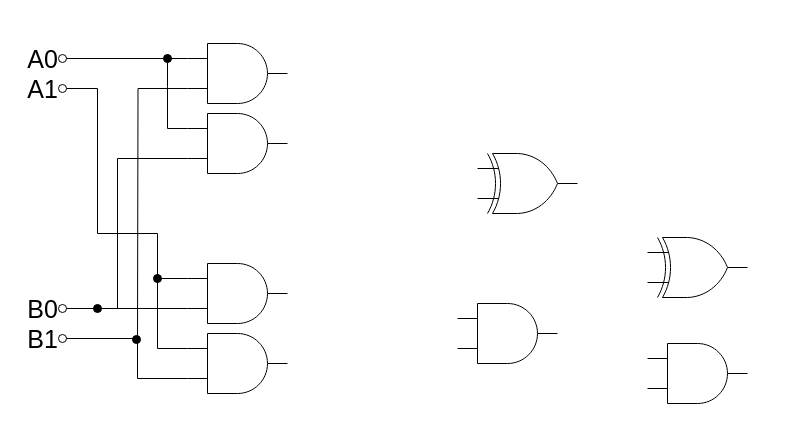
Larshalvorhansen/icProsjekt keeps this draw.io diagram as Multiplier.drawio. Above is the earlier version. Source tidied: cells renumbered, new cells numbered last; positions are measured from the earlier drawing's top-left corner, leaving out a move shared by most shapes. Both pictures are drawn from the tidied source at 100%, with x=0, y=0 at pixel (17, 38).
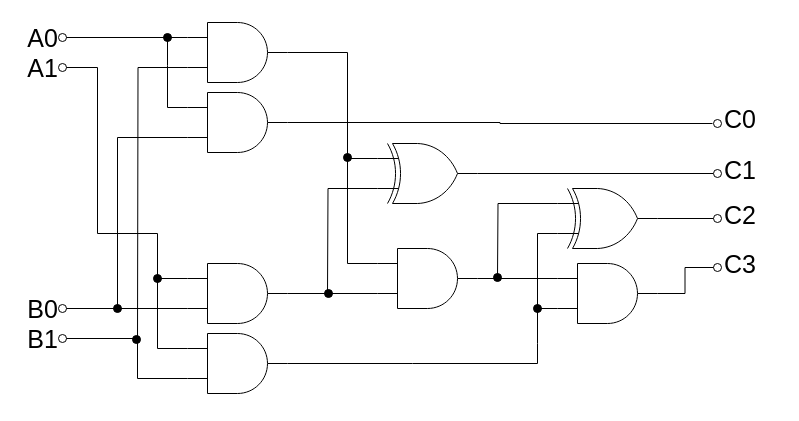
The same page after the edit.

Unchanged cells that the change refers to:
```xml
<mxCell id="8" style="verticalLabelPosition=bottom;shadow=0;dashed=0;align=center;html=1;verticalAlign=top;shape=mxgraph.electrical.logic_gates.logic_gate;operation=and;" parent="1" vertex="1">
  <mxGeometry x="170" y="225" width="100" height="60" as="geometry" />
</mxCell>
<mxCell id="9" style="verticalLabelPosition=bottom;shadow=0;dashed=0;align=center;html=1;verticalAlign=top;shape=mxgraph.electrical.logic_gates.logic_gate;operation=and;" parent="1" vertex="1">
  <mxGeometry x="170" y="295" width="100" height="60" as="geometry" />
</mxCell>
```

The edit, as a diff of the source:
```diff
@@
     <mxCell id="3" style="verticalLabelPosition=bottom;shadow=0;dashed=0;align=center;html=1;verticalAlign=top;shape=mxgraph.electrical.logic_gates.logic_gate;operation=and;" parent="1" vertex="1">
-      <mxGeometry x="170" y="5" width="100" height="60" as="geometry" />
+      <mxGeometry x="170" y="-16" width="100" height="60" as="geometry" />
     </mxCell>
     <mxCell id="4" style="edgeStyle=orthogonalEdgeStyle;shape=connector;rounded=0;jettySize=auto;html=1;exitX=0;exitY=0.25;exitDx=0;exitDy=0;exitPerimeter=0;labelBackgroundColor=default;strokeColor=default;align=center;verticalAlign=middle;fontFamily=Helvetica;fontSize=11;fontColor=default;endArrow=none;endFill=0;" parent="1" edge="1" source="6">
       <mxGeometry relative="1" as="geometry">
-        <mxPoint x="150" y="20" as="targetPoint" />
+        <mxPoint x="150" y="-1" as="targetPoint" />
       </mxGeometry>
     </mxCell>
     <mxCell id="5" style="edgeStyle=orthogonalEdgeStyle;shape=connector;rounded=0;jettySize=auto;html=1;exitX=0;exitY=0.75;exitDx=0;exitDy=0;exitPerimeter=0;labelBackgroundColor=default;strokeColor=default;align=center;verticalAlign=middle;fontFamily=Helvetica;fontSize=11;fontColor=default;endArrow=none;endFill=0;" parent="1" edge="1" source="6">
       <mxGeometry relative="1" as="geometry">
         <mxPoint x="130" y="270" as="targetPoint" />
         <Array as="points">
-          <mxPoint x="100" y="120" />
+          <mxPoint x="100" y="99" />
           <mxPoint x="100" y="270" />
         </Array>
       </mxGeometry>
     </mxCell>
+    <mxCell id="30" style="edgeStyle=orthogonalEdgeStyle;shape=connector;rounded=0;jettySize=auto;html=1;exitX=1;exitY=0.5;exitDx=0;exitDy=0;exitPerimeter=0;labelBackgroundColor=default;strokeColor=default;align=center;verticalAlign=middle;fontFamily=Helvetica;fontSize=11;fontColor=default;endArrow=none;endFill=0;" parent="1" edge="1" source="6" target="47">
+      <mxGeometry relative="1" as="geometry" />
+    </mxCell>
     <mxCell id="6" style="verticalLabelPosition=bottom;shadow=0;dashed=0;align=center;html=1;verticalAlign=top;shape=mxgraph.electrical.logic_gates.logic_gate;operation=and;" parent="1" vertex="1">
-      <mxGeometry x="170" y="75" width="100" height="60" as="geometry" />
+      <mxGeometry x="170" y="54" width="100" height="60" as="geometry" />
     </mxCell>
@@
+    <mxCell id="31" style="edgeStyle=orthogonalEdgeStyle;shape=connector;rounded=0;jettySize=auto;html=1;exitX=1;exitY=0.5;exitDx=0;exitDy=0;exitPerimeter=0;labelBackgroundColor=default;strokeColor=default;align=center;verticalAlign=middle;fontFamily=Helvetica;fontSize=11;fontColor=default;endArrow=none;endFill=0;" parent="1" edge="1" source="9">
+      <mxGeometry relative="1" as="geometry">
+        <mxPoint x="520" y="325" as="targetPoint" />
+      </mxGeometry>
+    </mxCell>
@@
+    <mxCell id="32" style="edgeStyle=orthogonalEdgeStyle;shape=connector;rounded=0;jettySize=auto;html=1;exitX=0;exitY=0.25;exitDx=0;exitDy=0;exitPerimeter=0;labelBackgroundColor=default;strokeColor=default;align=center;verticalAlign=middle;fontFamily=Helvetica;fontSize=11;fontColor=default;endArrow=none;endFill=0;" parent="1" edge="1" source="10">
+      <mxGeometry relative="1" as="geometry">
+        <mxPoint x="330" y="115" as="targetPoint" />
+        <Array as="points">
+          <mxPoint x="330" y="225" />
+          <mxPoint x="330" y="115" />
+        </Array>
+      </mxGeometry>
+    </mxCell>
     <mxCell id="10" style="verticalLabelPosition=bottom;shadow=0;dashed=0;align=center;html=1;verticalAlign=top;shape=mxgraph.electrical.logic_gates.logic_gate;operation=and;" parent="1" vertex="1">
-      <mxGeometry x="440" y="265" width="100" height="60" as="geometry" />
+      <mxGeometry x="360" y="210" width="100" height="60" as="geometry" />
     </mxCell>
+    <mxCell id="33" style="edgeStyle=orthogonalEdgeStyle;shape=connector;rounded=0;jettySize=auto;html=1;exitX=0;exitY=0.75;exitDx=0;exitDy=0;exitPerimeter=0;labelBackgroundColor=default;strokeColor=default;align=center;verticalAlign=middle;fontFamily=Helvetica;fontSize=11;fontColor=default;endArrow=none;endFill=0;" parent="1" edge="1" source="11">
+      <mxGeometry relative="1" as="geometry">
+        <mxPoint x="310" y="255" as="targetPoint" />
+      </mxGeometry>
+    </mxCell>
+    <mxCell id="34" style="edgeStyle=orthogonalEdgeStyle;shape=connector;rounded=0;jettySize=auto;html=1;exitX=1;exitY=0.5;exitDx=0;exitDy=0;exitPerimeter=0;labelBackgroundColor=default;strokeColor=default;align=center;verticalAlign=middle;fontFamily=Helvetica;fontSize=11;fontColor=default;endArrow=none;endFill=0;entryX=0.1;entryY=0.5;entryDx=0;entryDy=0;entryPerimeter=0;" parent="1" edge="1" source="11" target="48">
+      <mxGeometry relative="1" as="geometry" />
+    </mxCell>
     <mxCell id="11" style="verticalLabelPosition=bottom;shadow=0;dashed=0;align=center;html=1;verticalAlign=top;shape=mxgraph.electrical.logic_gates.logic_gate;operation=xor;" parent="1" vertex="1">
-      <mxGeometry x="460" y="115" width="100" height="60" as="geometry" />
+      <mxGeometry x="360" y="105" width="100" height="60" as="geometry" />
     </mxCell>
+    <mxCell id="35" style="edgeStyle=orthogonalEdgeStyle;shape=connector;rounded=0;jettySize=auto;html=1;exitX=0;exitY=0.25;exitDx=0;exitDy=0;exitPerimeter=0;labelBackgroundColor=default;strokeColor=default;align=center;verticalAlign=middle;fontFamily=Helvetica;fontSize=11;fontColor=default;endArrow=none;endFill=0;" parent="1" edge="1" source="12">
+      <mxGeometry relative="1" as="geometry">
+        <mxPoint x="480" y="240" as="targetPoint" />
+      </mxGeometry>
+    </mxCell>
+    <mxCell id="36" style="edgeStyle=orthogonalEdgeStyle;shape=connector;rounded=0;jettySize=auto;html=1;exitX=0;exitY=0.75;exitDx=0;exitDy=0;exitPerimeter=0;labelBackgroundColor=default;strokeColor=default;align=center;verticalAlign=middle;fontFamily=Helvetica;fontSize=11;fontColor=default;endArrow=none;endFill=0;" parent="1" edge="1" source="12">
+      <mxGeometry relative="1" as="geometry">
+        <mxPoint x="520" y="275" as="targetPoint" />
+      </mxGeometry>
+    </mxCell>
     <mxCell id="12" style="verticalLabelPosition=bottom;shadow=0;dashed=0;align=center;html=1;verticalAlign=top;shape=mxgraph.electrical.logic_gates.logic_gate;operation=xor;" parent="1" vertex="1">
-      <mxGeometry x="630" y="199" width="100" height="60" as="geometry" />
+      <mxGeometry x="540" y="150" width="100" height="60" as="geometry" />
     </mxCell>
+    <mxCell id="37" style="edgeStyle=orthogonalEdgeStyle;shape=connector;rounded=0;jettySize=auto;html=1;exitX=0;exitY=0.75;exitDx=0;exitDy=0;exitPerimeter=0;labelBackgroundColor=default;strokeColor=default;align=center;verticalAlign=middle;fontFamily=Helvetica;fontSize=11;fontColor=default;endArrow=none;endFill=0;" parent="1" edge="1" source="13">
+      <mxGeometry relative="1" as="geometry">
+        <mxPoint x="520" y="325" as="targetPoint" />
+      </mxGeometry>
+    </mxCell>
     <mxCell id="13" style="verticalLabelPosition=bottom;shadow=0;dashed=0;align=center;html=1;verticalAlign=top;shape=mxgraph.electrical.logic_gates.logic_gate;operation=and;" parent="1" vertex="1">
-      <mxGeometry x="630" y="305" width="100" height="60" as="geometry" />
+      <mxGeometry x="540" y="225" width="100" height="60" as="geometry" />
     </mxCell>
     <mxCell id="14" style="verticalLabelPosition=bottom;shadow=0;dashed=0;align=center;html=1;verticalAlign=top;shape=mxgraph.electrical.logic_gates.inverting_contact;fontFamily=Helvetica;fontSize=11;fontColor=default;" parent="1" vertex="1">
-      <mxGeometry x="40" y="15" width="10" height="10" as="geometry" />
+      <mxGeometry x="40" y="-6" width="10" height="10" as="geometry" />
     </mxCell>
     <mxCell id="15" style="verticalLabelPosition=bottom;shadow=0;dashed=0;align=center;html=1;verticalAlign=top;shape=mxgraph.electrical.logic_gates.inverting_contact;fontFamily=Helvetica;fontSize=11;fontColor=default;" parent="1" vertex="1">
-      <mxGeometry x="40" y="45" width="10" height="10" as="geometry" />
+      <mxGeometry x="40" y="24" width="10" height="10" as="geometry" />
     </mxCell>
@@
     <mxCell id="18" style="verticalLabelPosition=bottom;shadow=0;dashed=0;align=center;html=1;verticalAlign=top;shape=mxgraph.electrical.logic_gates.inverting_contact;fontFamily=Helvetica;fontSize=11;fontColor=default;fillColor=#000000;" parent="1" vertex="1">
-      <mxGeometry x="145" y="15" width="10" height="10" as="geometry" />
+      <mxGeometry x="145" y="-6" width="10" height="10" as="geometry" />
     </mxCell>
@@
     <mxCell id="23" style="edgeStyle=orthogonalEdgeStyle;shape=connector;rounded=0;jettySize=auto;html=1;exitX=0.9;exitY=0.5;exitDx=0;exitDy=0;exitPerimeter=0;entryX=0;entryY=0.25;entryDx=0;entryDy=0;entryPerimeter=0;labelBackgroundColor=default;strokeColor=default;align=center;verticalAlign=middle;fontFamily=Helvetica;fontSize=11;fontColor=default;endArrow=none;endFill=0;" parent="1" edge="1" source="15" target="9">
       <mxGeometry relative="1" as="geometry">
         <Array as="points">
-          <mxPoint x="80" y="50" />
+          <mxPoint x="80" y="29" />
           <mxPoint x="80" y="195" />
           <mxPoint x="140" y="195" />
           <mxPoint x="140" y="310" />
         </Array>
       </mxGeometry>
     </mxCell>
@@
     <mxCell id="25" style="verticalLabelPosition=bottom;shadow=0;dashed=0;align=center;html=1;verticalAlign=top;shape=mxgraph.electrical.logic_gates.inverting_contact;fontFamily=Helvetica;fontSize=11;fontColor=default;fillColor=#000000;" parent="1" vertex="1">
-      <mxGeometry x="75" y="265" width="10" height="10" as="geometry" />
+      <mxGeometry x="95" y="265" width="10" height="10" as="geometry" />
     </mxCell>
     <mxCell id="26" value="&lt;font style=&quot;font-size: 25px;&quot;&gt;A0&lt;/font&gt;" style="text;html=1;align=center;verticalAlign=middle;strokeColor=none;fillColor=none;fontSize=11;fontFamily=Helvetica;fontColor=default;" parent="1" vertex="1">
-      <mxGeometry width="50" height="40" as="geometry" />
+      <mxGeometry y="-21" width="50" height="40" as="geometry" />
     </mxCell>
     <mxCell id="27" value="&lt;font style=&quot;font-size: 25px;&quot;&gt;A1&lt;/font&gt;" style="text;html=1;align=center;verticalAlign=middle;strokeColor=none;fillColor=none;fontSize=11;fontFamily=Helvetica;fontColor=default;" parent="1" vertex="1">
-      <mxGeometry y="30" width="50" height="40" as="geometry" />
+      <mxGeometry y="9" width="50" height="40" as="geometry" />
     </mxCell>
@@
+    <mxCell id="38" style="edgeStyle=orthogonalEdgeStyle;shape=connector;rounded=0;jettySize=auto;html=1;exitX=1;exitY=0.5;exitDx=0;exitDy=0;exitPerimeter=0;entryX=0;entryY=0.75;entryDx=0;entryDy=0;entryPerimeter=0;labelBackgroundColor=default;strokeColor=default;align=center;verticalAlign=middle;fontFamily=Helvetica;fontSize=11;fontColor=default;endArrow=none;endFill=0;" parent="1" edge="1" source="8" target="10">
+      <mxGeometry relative="1" as="geometry" />
+    </mxCell>
+    <mxCell id="39" style="edgeStyle=orthogonalEdgeStyle;shape=connector;rounded=0;jettySize=auto;html=1;exitX=1;exitY=0.5;exitDx=0;exitDy=0;exitPerimeter=0;entryX=0;entryY=0.25;entryDx=0;entryDy=0;entryPerimeter=0;labelBackgroundColor=default;strokeColor=default;align=center;verticalAlign=middle;fontFamily=Helvetica;fontSize=11;fontColor=default;endArrow=none;endFill=0;" parent="1" edge="1" source="3" target="11">
+      <mxGeometry relative="1" as="geometry">
+        <Array as="points">
+          <mxPoint x="330" y="14" />
+          <mxPoint x="330" y="120" />
+        </Array>
+      </mxGeometry>
+    </mxCell>
+    <mxCell id="40" style="verticalLabelPosition=bottom;shadow=0;dashed=0;align=center;html=1;verticalAlign=top;shape=mxgraph.electrical.logic_gates.inverting_contact;fontFamily=Helvetica;fontSize=11;fontColor=default;fillColor=#000000;" parent="1" vertex="1">
+      <mxGeometry x="325" y="114" width="10" height="10" as="geometry" />
+    </mxCell>
+    <mxCell id="41" style="verticalLabelPosition=bottom;shadow=0;dashed=0;align=center;html=1;verticalAlign=top;shape=mxgraph.electrical.logic_gates.inverting_contact;fontFamily=Helvetica;fontSize=11;fontColor=default;fillColor=#000000;" parent="1" vertex="1">
+      <mxGeometry x="306" y="250" width="10" height="10" as="geometry" />
+    </mxCell>
+    <mxCell id="42" style="edgeStyle=orthogonalEdgeStyle;shape=connector;rounded=0;jettySize=auto;html=1;exitX=1;exitY=0.5;exitDx=0;exitDy=0;exitPerimeter=0;entryX=0;entryY=0.25;entryDx=0;entryDy=0;entryPerimeter=0;labelBackgroundColor=default;strokeColor=default;align=center;verticalAlign=middle;fontFamily=Helvetica;fontSize=11;fontColor=default;endArrow=none;endFill=0;" parent="1" edge="1" source="10" target="13">
+      <mxGeometry relative="1" as="geometry" />
+    </mxCell>
+    <mxCell id="43" style="verticalLabelPosition=bottom;shadow=0;dashed=0;align=center;html=1;verticalAlign=top;shape=mxgraph.electrical.logic_gates.inverting_contact;fontFamily=Helvetica;fontSize=11;fontColor=default;fillColor=#000000;" parent="1" vertex="1">
+      <mxGeometry x="515" y="265" width="10" height="10" as="geometry" />
+    </mxCell>
+    <mxCell id="44" style="verticalLabelPosition=bottom;shadow=0;dashed=0;align=center;html=1;verticalAlign=top;shape=mxgraph.electrical.logic_gates.inverting_contact;fontFamily=Helvetica;fontSize=11;fontColor=default;fillColor=#000000;" parent="1" vertex="1">
+      <mxGeometry x="475" y="234" width="10" height="10" as="geometry" />
+    </mxCell>
+    <mxCell id="45" style="verticalLabelPosition=bottom;shadow=0;dashed=0;align=center;html=1;verticalAlign=top;shape=mxgraph.electrical.logic_gates.inverting_contact;fontFamily=Helvetica;fontSize=11;fontColor=default;" parent="1" vertex="1">
+      <mxGeometry x="695" y="224" width="10" height="10" as="geometry" />
+    </mxCell>
+    <mxCell id="46" style="verticalLabelPosition=bottom;shadow=0;dashed=0;align=center;html=1;verticalAlign=top;shape=mxgraph.electrical.logic_gates.inverting_contact;fontFamily=Helvetica;fontSize=11;fontColor=default;" parent="1" vertex="1">
+      <mxGeometry x="695" y="175" width="10" height="10" as="geometry" />
+    </mxCell>
+    <mxCell id="47" style="verticalLabelPosition=bottom;shadow=0;dashed=0;align=center;html=1;verticalAlign=top;shape=mxgraph.electrical.logic_gates.inverting_contact;fontFamily=Helvetica;fontSize=11;fontColor=default;" parent="1" vertex="1">
+      <mxGeometry x="695" y="80" width="10" height="10" as="geometry" />
+    </mxCell>
+    <mxCell id="48" style="verticalLabelPosition=bottom;shadow=0;dashed=0;align=center;html=1;verticalAlign=top;shape=mxgraph.electrical.logic_gates.inverting_contact;fontFamily=Helvetica;fontSize=11;fontColor=default;" parent="1" vertex="1">
+      <mxGeometry x="695" y="130" width="10" height="10" as="geometry" />
+    </mxCell>
+    <mxCell id="49" style="edgeStyle=orthogonalEdgeStyle;shape=connector;rounded=0;jettySize=auto;html=1;exitX=1;exitY=0.5;exitDx=0;exitDy=0;exitPerimeter=0;entryX=0.1;entryY=0.5;entryDx=0;entryDy=0;entryPerimeter=0;labelBackgroundColor=default;strokeColor=default;align=center;verticalAlign=middle;fontFamily=Helvetica;fontSize=11;fontColor=default;endArrow=none;endFill=0;" parent="1" edge="1" source="12" target="46">
+      <mxGeometry relative="1" as="geometry" />
+    </mxCell>
+    <mxCell id="50" style="edgeStyle=orthogonalEdgeStyle;shape=connector;rounded=0;jettySize=auto;html=1;exitX=1;exitY=0.5;exitDx=0;exitDy=0;exitPerimeter=0;entryX=0.1;entryY=0.5;entryDx=0;entryDy=0;entryPerimeter=0;labelBackgroundColor=default;strokeColor=default;align=center;verticalAlign=middle;fontFamily=Helvetica;fontSize=11;fontColor=default;endArrow=none;endFill=0;" parent="1" edge="1" source="13" target="45">
+      <mxGeometry relative="1" as="geometry" />
+    </mxCell>
+    <mxCell id="51" value="&lt;div style=&quot;text-align: center;&quot;&gt;&lt;span style=&quot;background-color: initial; font-size: 25px;&quot;&gt;C0&lt;/span&gt;&lt;/div&gt;" style="text;whiteSpace=wrap;html=1;fontSize=11;fontFamily=Helvetica;fontColor=default;" parent="1" vertex="1">
+      <mxGeometry x="705" y="59" width="60" height="50" as="geometry" />
+    </mxCell>
+    <mxCell id="52" value="&lt;div style=&quot;text-align: center;&quot;&gt;&lt;span style=&quot;background-color: initial; font-size: 25px;&quot;&gt;C1&lt;/span&gt;&lt;/div&gt;" style="text;whiteSpace=wrap;html=1;fontSize=11;fontFamily=Helvetica;fontColor=default;" parent="1" vertex="1">
+      <mxGeometry x="705" y="110" width="60" height="50" as="geometry" />
+    </mxCell>
+    <mxCell id="53" value="&lt;div style=&quot;text-align: center;&quot;&gt;&lt;span style=&quot;background-color: initial; font-size: 25px;&quot;&gt;C2&lt;/span&gt;&lt;/div&gt;" style="text;whiteSpace=wrap;html=1;fontSize=11;fontFamily=Helvetica;fontColor=default;" parent="1" vertex="1">
+      <mxGeometry x="705" y="155" width="60" height="50" as="geometry" />
+    </mxCell>
+    <mxCell id="54" value="&lt;div style=&quot;text-align: center;&quot;&gt;&lt;span style=&quot;background-color: initial; font-size: 25px;&quot;&gt;C3&lt;/span&gt;&lt;/div&gt;" style="text;whiteSpace=wrap;html=1;fontSize=11;fontFamily=Helvetica;fontColor=default;" parent="1" vertex="1">
+      <mxGeometry x="705" y="204" width="60" height="50" as="geometry" />
+    </mxCell>
```
